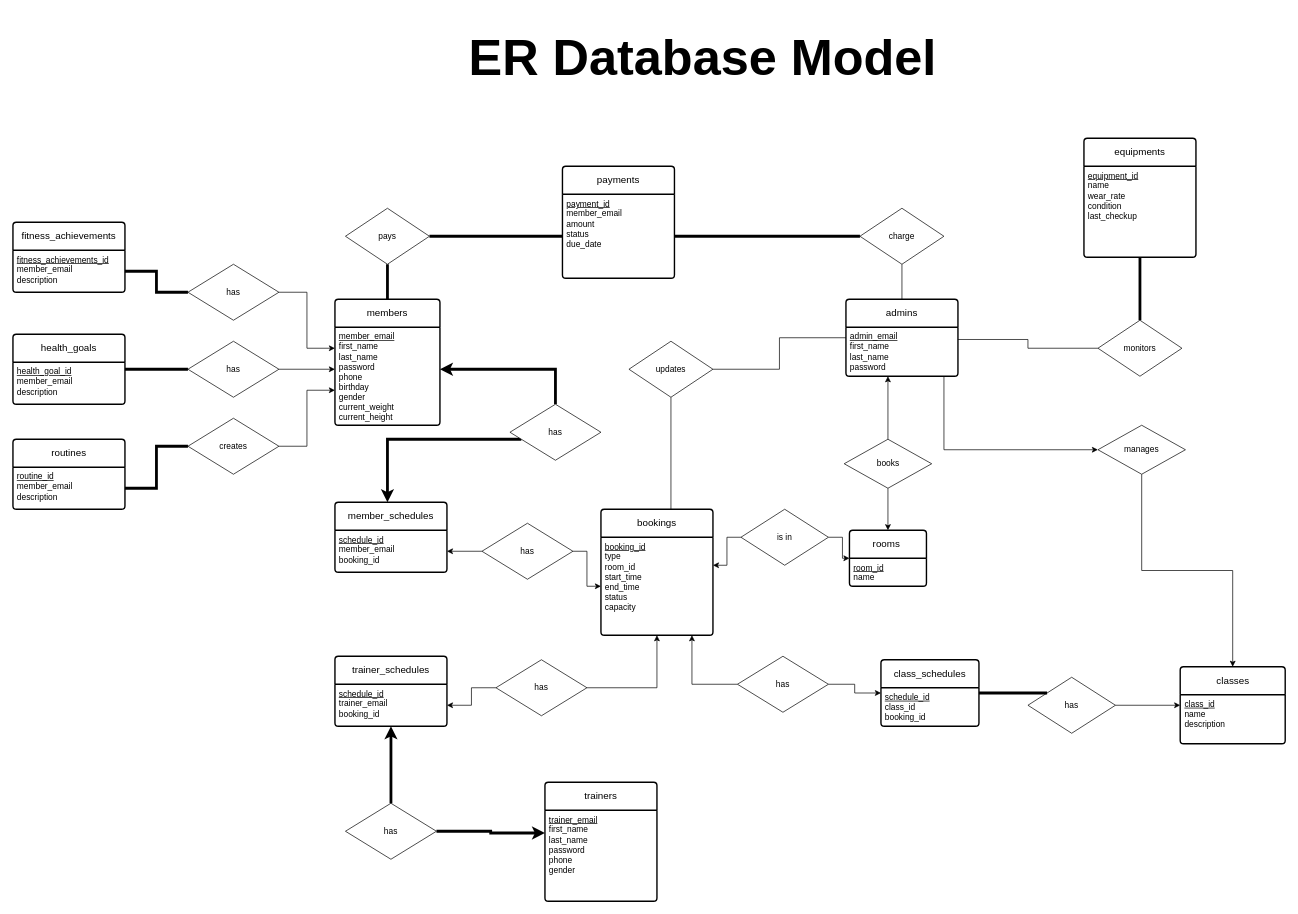
HamzaAlsarakbi/comp3005-project keeps this draw.io diagram as page "uml" (1 of 2) of docs/database/ER_MODEL.drawio. Above is the earlier version. Source tidied: cells renumbered, new cells numbered last; positions are measured from the earlier drawing's top-left corner, leaving out a move shared by most shapes. Both pictures are drawn from the tidied source at 70%, with x=0, y=0 at pixel (13, 12).
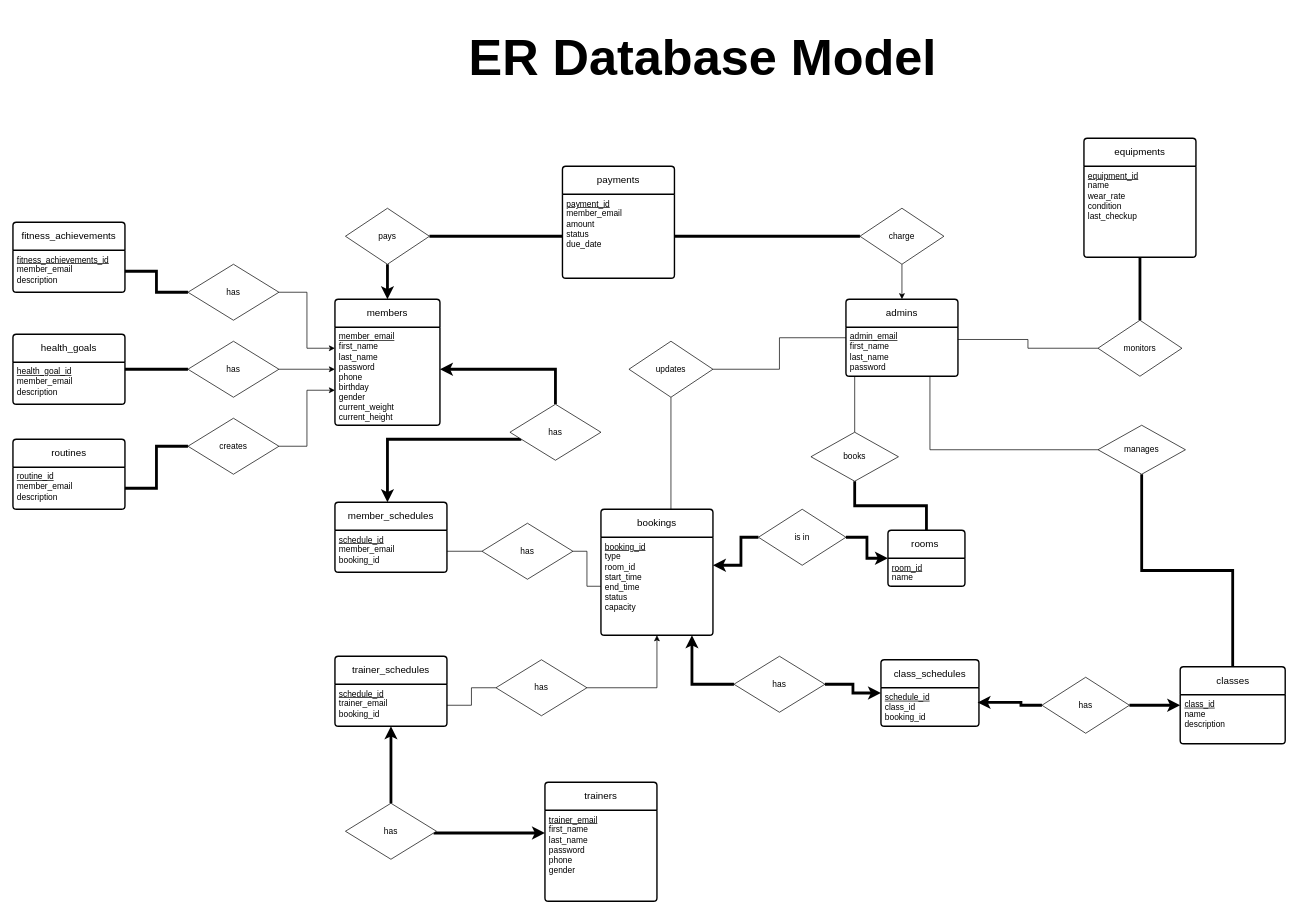
The same page after the edit.

Commit message:
Updated cardinality on diagram

Unchanged cells that the change refers to:
```xml
<mxCell id="3" value="members" style="swimlane;horizontal=1;startSize=40;rounded=1;fontSize=14;fontStyle=0;strokeWidth=2;shadow=0;dashed=0;align=center;arcSize=4;whiteSpace=wrap;html=1;" parent="1" vertex="1">
  <mxGeometry x="460" y="410" width="150" height="180" as="geometry" />
</mxCell>
<mxCell id="8" value="&lt;div&gt;&lt;div&gt;&lt;u&gt;trainer_email&lt;/u&gt;&lt;/div&gt;&lt;div&gt;first_name&lt;/div&gt;&lt;div&gt;last_name&lt;/div&gt;&lt;div&gt;password&lt;/div&gt;&lt;div&gt;phone&lt;/div&gt;&lt;div&gt;gender&lt;/div&gt;&lt;div&gt;&lt;br&gt;&lt;/div&gt;&lt;div&gt;&lt;br&gt;&lt;/div&gt;&lt;/div&gt;" style="align=left;strokeColor=none;fillColor=none;spacingLeft=4;fontSize=12;verticalAlign=top;html=1;" parent="7" vertex="1">
  <mxGeometry y="40" width="160" height="130" as="geometry" />
</mxCell>
<mxCell id="9" value="admins" style="swimlane;horizontal=1;startSize=40;rounded=1;fontSize=14;fontStyle=0;strokeWidth=2;shadow=0;dashed=0;align=center;arcSize=4;whiteSpace=wrap;html=1;" parent="1" vertex="1">
  <mxGeometry x="1190" y="410" width="160" height="110" as="geometry" />
</mxCell>
<mxCell id="10" value="&lt;u&gt;admin_email&lt;/u&gt;&lt;br&gt;&lt;div&gt;&lt;div&gt;first_name&lt;/div&gt;&lt;div&gt;last_name&lt;/div&gt;&lt;div&gt;password&lt;/div&gt;&lt;div&gt;&lt;br&gt;&lt;/div&gt;&lt;div&gt;&lt;br&gt;&lt;/div&gt;&lt;div&gt;&lt;br&gt;&lt;/div&gt;&lt;div&gt;&lt;br&gt;&lt;/div&gt;&lt;/div&gt;" style="align=left;strokeColor=none;fillColor=none;spacingLeft=4;fontSize=12;verticalAlign=top;html=1;" parent="9" vertex="1">
  <mxGeometry y="40" width="160" height="70" as="geometry" />
</mxCell>
<mxCell id="15" value="&lt;u&gt;schedule_id&lt;/u&gt;&lt;div&gt;member_email&lt;br&gt;&lt;div&gt;booking_id&lt;/div&gt;&lt;div&gt;&lt;u&gt;&lt;br&gt;&lt;/u&gt;&lt;/div&gt;&lt;div&gt;&lt;u&gt;&lt;br&gt;&lt;/u&gt;&lt;/div&gt;&lt;/div&gt;" style="align=left;strokeColor=none;fillColor=none;spacingLeft=4;fontSize=12;verticalAlign=top;html=1;" parent="14" vertex="1">
  <mxGeometry y="40" width="160" height="60" as="geometry" />
</mxCell>
<mxCell id="17" value="classes" style="swimlane;horizontal=1;startSize=40;rounded=1;fontSize=14;fontStyle=0;strokeWidth=2;shadow=0;dashed=0;align=center;arcSize=4;whiteSpace=wrap;html=1;" parent="1" vertex="1">
  <mxGeometry x="1667.5" y="935" width="150" height="110" as="geometry" />
</mxCell>
<mxCell id="29" value="&lt;u&gt;schedule_id&lt;/u&gt;&lt;div&gt;trainer_email&lt;/div&gt;&lt;div&gt;booking_id&lt;/div&gt;" style="align=left;strokeColor=none;fillColor=none;spacingLeft=4;fontSize=12;verticalAlign=top;html=1;" parent="28" vertex="1">
  <mxGeometry y="40" width="160" height="60" as="geometry" />
</mxCell>
<mxCell id="32" value="pays" style="rhombus;whiteSpace=wrap;html=1;" parent="1" vertex="1">
  <mxGeometry x="475" y="280" width="120" height="80" as="geometry" />
</mxCell>
<mxCell id="34" value="charge" style="rhombus;whiteSpace=wrap;html=1;" parent="1" vertex="1">
  <mxGeometry x="1210" y="280" width="120" height="80" as="geometry" />
</mxCell>
<mxCell id="40" value="manages" style="rhombus;whiteSpace=wrap;html=1;" parent="1" vertex="1">
  <mxGeometry x="1550" y="590" width="125" height="70" as="geometry" />
</mxCell>
<mxCell id="45" value="has" style="rhombus;whiteSpace=wrap;html=1;" parent="1" vertex="1">
  <mxGeometry x="475" y="1130" width="130" height="80" as="geometry" />
</mxCell>
<mxCell id="65" value="bookings" style="swimlane;horizontal=1;startSize=40;rounded=1;fontSize=14;fontStyle=0;strokeWidth=2;shadow=0;dashed=0;align=center;arcSize=4;whiteSpace=wrap;html=1;" parent="1" vertex="1">
  <mxGeometry x="840" y="710" width="160" height="180" as="geometry" />
</mxCell>
<mxCell id="66" value="&lt;div&gt;&lt;u&gt;booking_id&lt;/u&gt;&lt;/div&gt;&lt;div&gt;type&lt;/div&gt;&lt;div&gt;room_id&lt;/div&gt;&lt;div&gt;start_time&lt;/div&gt;&lt;div&gt;end_time&lt;/div&gt;&lt;div&gt;&lt;span style=&quot;background-color: initial;&quot;&gt;status&lt;/span&gt;&lt;/div&gt;&lt;div&gt;capacity&lt;/div&gt;" style="align=left;strokeColor=none;fillColor=none;spacingLeft=4;fontSize=12;verticalAlign=top;html=1;" parent="65" vertex="1">
  <mxGeometry y="40" width="160" height="140" as="geometry" />
</mxCell>
<mxCell id="70" value="has" style="rhombus;whiteSpace=wrap;html=1;" parent="1" vertex="1">
  <mxGeometry x="690" y="925" width="130" height="80" as="geometry" />
</mxCell>
<mxCell id="73" value="has" style="rhombus;whiteSpace=wrap;html=1;" parent="1" vertex="1">
  <mxGeometry x="670" y="730" width="130" height="80" as="geometry" />
</mxCell>
<mxCell id="77" value="class_schedules" style="swimlane;horizontal=1;startSize=40;rounded=1;fontSize=14;fontStyle=0;strokeWidth=2;shadow=0;dashed=0;align=center;arcSize=4;whiteSpace=wrap;html=1;" parent="1" vertex="1">
  <mxGeometry x="1240" y="925" width="140" height="95" as="geometry" />
</mxCell>
<mxCell id="78" value="&lt;u&gt;schedule_id&lt;/u&gt;&lt;div&gt;class_id&lt;/div&gt;&lt;div&gt;booking_id&lt;/div&gt;" style="align=left;strokeColor=none;fillColor=none;spacingLeft=4;fontSize=12;verticalAlign=top;html=1;" parent="77" vertex="1">
  <mxGeometry y="40" width="140" height="55" as="geometry" />
</mxCell>
```

What changed in the source:
```diff
@@
-    <mxCell id="2" style="edgeStyle=orthogonalEdgeStyle;rounded=0;jettySize=auto;html=1;exitX=0.5;exitY=0;exitDx=0;exitDy=0;entryX=0.5;entryY=1;entryDx=0;entryDy=0;endArrow=none;endFill=0;strokeWidth=4;" parent="1" edge="1" source="3" target="32">
-      <mxGeometry relative="1" as="geometry" />
-    </mxCell>
@@
     <mxCell id="30" value="has" style="rhombus;whiteSpace=wrap;html=1;" parent="1" vertex="1">
-      <mxGeometry x="1450" y="950" width="125" height="80" as="geometry" />
+      <mxGeometry x="1470" y="950" width="125" height="80" as="geometry" />
     </mxCell>
@@
+    <mxCell id="89" style="edgeStyle=orthogonalEdgeStyle;rounded=0;jettySize=auto;html=1;entryX=0.5;entryY=0;entryDx=0;entryDy=0;strokeWidth=4;" parent="1" edge="1" source="32" target="3">
+      <mxGeometry relative="1" as="geometry" />
+    </mxCell>
@@
-    <mxCell id="33" style="edgeStyle=orthogonalEdgeStyle;rounded=0;jettySize=auto;html=1;entryX=0.5;entryY=0;entryDx=0;entryDy=0;strokeWidth=1;endArrow=none;endFill=0;exitX=0.5;exitY=1;exitDx=0;exitDy=0;" parent="1" edge="1" source="34" target="9">
+    <mxCell id="33" style="edgeStyle=orthogonalEdgeStyle;rounded=0;jettySize=auto;html=1;entryX=0.5;entryY=0;entryDx=0;entryDy=0;" parent="1" edge="1" source="34" target="9">
       <mxGeometry relative="1" as="geometry" />
     </mxCell>
@@
-    <mxCell id="39" style="edgeStyle=orthogonalEdgeStyle;rounded=0;jettySize=auto;html=1;entryX=0.5;entryY=0;entryDx=0;entryDy=0;" parent="1" edge="1" source="40" target="17">
+    <mxCell id="39" style="edgeStyle=orthogonalEdgeStyle;rounded=0;jettySize=auto;html=1;entryX=0.5;entryY=0;entryDx=0;entryDy=0;endArrow=none;endFill=0;strokeWidth=4;" parent="1" edge="1" source="40" target="17">
       <mxGeometry relative="1" as="geometry" />
     </mxCell>
+    <mxCell id="90" style="edgeStyle=orthogonalEdgeStyle;rounded=0;jettySize=auto;html=1;entryX=0.75;entryY=1;entryDx=0;entryDy=0;endArrow=none;endFill=0;" parent="1" edge="1" source="40" target="10">
+      <mxGeometry relative="1" as="geometry" />
+    </mxCell>
@@
-    <mxCell id="41" style="edgeStyle=orthogonalEdgeStyle;rounded=0;jettySize=auto;html=1;entryX=0;entryY=0.5;entryDx=0;entryDy=0;" parent="1" edge="1" source="9" target="40">
-      <mxGeometry relative="1" as="geometry">
-        <Array as="points">
-          <mxPoint x="1330" y="625" />
-        </Array>
-      </mxGeometry>
-    </mxCell>
-    <mxCell id="42" style="edgeStyle=orthogonalEdgeStyle;rounded=0;jettySize=auto;html=1;strokeWidth=4;endArrow=none;endFill=0;" parent="1" edge="1" source="77" target="30">
-      <mxGeometry relative="1" as="geometry">
-        <Array as="points">
-          <mxPoint x="1260" y="990" />
-        </Array>
-      </mxGeometry>
-    </mxCell>
-    <mxCell id="43" style="edgeStyle=orthogonalEdgeStyle;rounded=0;jettySize=auto;html=1;exitX=1;exitY=0.5;exitDx=0;exitDy=0;" parent="1" edge="1" source="30" target="17">
+    <mxCell id="43" style="edgeStyle=orthogonalEdgeStyle;rounded=0;jettySize=auto;html=1;exitX=1;exitY=0.5;exitDx=0;exitDy=0;strokeWidth=4;" parent="1" edge="1" source="30" target="17">
       <mxGeometry relative="1" as="geometry" />
     </mxCell>
     <mxCell id="44" style="edgeStyle=orthogonalEdgeStyle;rounded=0;jettySize=auto;html=1;entryX=0;entryY=0.25;entryDx=0;entryDy=0;strokeWidth=4;" parent="1" edge="1" source="45" target="8">
-      <mxGeometry relative="1" as="geometry" />
+      <mxGeometry relative="1" as="geometry">
+        <Array as="points">
+          <mxPoint x="683" y="1173" />
+        </Array>
+      </mxGeometry>
     </mxCell>
@@
     <mxCell id="59" value="rooms&amp;nbsp;" style="swimlane;horizontal=1;startSize=40;rounded=1;fontSize=14;fontStyle=0;strokeWidth=2;shadow=0;dashed=0;align=center;arcSize=4;whiteSpace=wrap;html=1;" parent="1" vertex="1">
-      <mxGeometry x="1195" y="740" width="110" height="80" as="geometry" />
+      <mxGeometry x="1250" y="740" width="110" height="80" as="geometry" />
     </mxCell>
@@
-    <mxCell id="62" style="edgeStyle=orthogonalEdgeStyle;rounded=0;jettySize=auto;html=1;" parent="1" edge="1" source="64" target="9">
+    <mxCell id="62" style="edgeStyle=orthogonalEdgeStyle;rounded=0;jettySize=auto;html=1;endArrow=none;endFill=0;" parent="1" edge="1" source="64" target="9">
       <mxGeometry relative="1" as="geometry">
         <Array as="points">
           <mxPoint x="1240" y="630" />
         </Array>
       </mxGeometry>
     </mxCell>
-    <mxCell id="63" style="edgeStyle=orthogonalEdgeStyle;rounded=0;jettySize=auto;html=1;" parent="1" edge="1" source="64" target="59">
+    <mxCell id="63" style="edgeStyle=orthogonalEdgeStyle;rounded=0;jettySize=auto;html=1;endArrow=none;endFill=0;strokeWidth=4;" parent="1" edge="1" source="64" target="59">
       <mxGeometry relative="1" as="geometry" />
     </mxCell>
     <mxCell id="64" value="books" style="rhombus;whiteSpace=wrap;html=1;" parent="1" vertex="1">
-      <mxGeometry x="1187.5" y="610" width="125" height="70" as="geometry" />
+      <mxGeometry x="1140" y="600" width="125" height="70" as="geometry" />
     </mxCell>
@@
-    <mxCell id="68" style="edgeStyle=orthogonalEdgeStyle;rounded=0;jettySize=auto;html=1;" parent="1" edge="1" source="70" target="65">
+    <mxCell id="68" style="edgeStyle=orthogonalEdgeStyle;rounded=0;jettySize=auto;html=1;strokeWidth=1;" parent="1" edge="1" source="70" target="65">
       <mxGeometry relative="1" as="geometry" />
     </mxCell>
-    <mxCell id="69" style="edgeStyle=orthogonalEdgeStyle;rounded=0;jettySize=auto;html=1;entryX=1;entryY=0.5;entryDx=0;entryDy=0;" parent="1" edge="1" source="70" target="29">
+    <mxCell id="69" style="edgeStyle=orthogonalEdgeStyle;rounded=0;jettySize=auto;html=1;entryX=1;entryY=0.5;entryDx=0;entryDy=0;endArrow=none;endFill=0;" parent="1" edge="1" source="70" target="29">
       <mxGeometry relative="1" as="geometry" />
     </mxCell>
@@
-    <mxCell id="71" style="edgeStyle=orthogonalEdgeStyle;rounded=0;jettySize=auto;html=1;" parent="1" edge="1" source="73" target="15">
+    <mxCell id="71" style="edgeStyle=orthogonalEdgeStyle;rounded=0;jettySize=auto;html=1;endArrow=none;endFill=0;" parent="1" edge="1" source="73" target="15">
       <mxGeometry relative="1" as="geometry" />
     </mxCell>
-    <mxCell id="72" style="edgeStyle=orthogonalEdgeStyle;rounded=0;jettySize=auto;html=1;" parent="1" edge="1" source="73" target="66">
+    <mxCell id="72" style="edgeStyle=orthogonalEdgeStyle;rounded=0;jettySize=auto;html=1;endArrow=none;endFill=0;" parent="1" edge="1" source="73" target="66">
       <mxGeometry relative="1" as="geometry" />
     </mxCell>
@@
-    <mxCell id="74" style="edgeStyle=orthogonalEdgeStyle;rounded=0;jettySize=auto;html=1;" parent="1" edge="1" source="76" target="66">
+    <mxCell id="74" style="edgeStyle=orthogonalEdgeStyle;rounded=0;jettySize=auto;html=1;strokeWidth=4;" parent="1" edge="1" source="76" target="66">
       <mxGeometry relative="1" as="geometry">
         <Array as="points">
-          <mxPoint x="1020" y="750" />
-          <mxPoint x="1020" y="790" />
+          <mxPoint x="1040" y="750" />
+          <mxPoint x="1040" y="790" />
         </Array>
       </mxGeometry>
     </mxCell>
-    <mxCell id="75" style="edgeStyle=orthogonalEdgeStyle;rounded=0;jettySize=auto;html=1;" parent="1" edge="1" source="76" target="59">
+    <mxCell id="75" style="edgeStyle=orthogonalEdgeStyle;rounded=0;jettySize=auto;html=1;strokeWidth=4;" parent="1" edge="1" source="76" target="59">
       <mxGeometry relative="1" as="geometry" />
     </mxCell>
     <mxCell id="76" value="is in" style="rhombus;whiteSpace=wrap;html=1;" parent="1" vertex="1">
-      <mxGeometry x="1040" y="710" width="125" height="80" as="geometry" />
+      <mxGeometry x="1065" y="710" width="125" height="80" as="geometry" />
     </mxCell>
@@
-    <mxCell id="79" style="edgeStyle=orthogonalEdgeStyle;rounded=0;jettySize=auto;html=1;" parent="1" edge="1" source="81" target="77">
+    <mxCell id="79" style="edgeStyle=orthogonalEdgeStyle;rounded=0;jettySize=auto;html=1;strokeWidth=4;" parent="1" edge="1" source="81" target="77">
       <mxGeometry relative="1" as="geometry" />
     </mxCell>
-    <mxCell id="80" style="edgeStyle=orthogonalEdgeStyle;rounded=0;jettySize=auto;html=1;" parent="1" edge="1" source="81" target="65">
+    <mxCell id="80" style="edgeStyle=orthogonalEdgeStyle;rounded=0;jettySize=auto;html=1;strokeWidth=4;" parent="1" edge="1" source="81" target="65">
       <mxGeometry relative="1" as="geometry">
         <Array as="points">
           <mxPoint x="970" y="960" />
         </Array>
       </mxGeometry>
     </mxCell>
     <mxCell id="81" value="has" style="rhombus;whiteSpace=wrap;html=1;" parent="1" vertex="1">
-      <mxGeometry x="1035" y="920" width="130" height="80" as="geometry" />
+      <mxGeometry x="1030" y="920" width="130" height="80" as="geometry" />
     </mxCell>
@@
+    <mxCell id="91" style="edgeStyle=orthogonalEdgeStyle;rounded=0;jettySize=auto;html=1;exitX=0;exitY=0.5;exitDx=0;exitDy=0;entryX=0.986;entryY=0.382;entryDx=0;entryDy=0;entryPerimeter=0;strokeWidth=4;" parent="1" edge="1" source="30" target="78">
+      <mxGeometry relative="1" as="geometry">
+        <Array as="points">
+          <mxPoint x="1440" y="990" />
+          <mxPoint x="1440" y="986" />
+        </Array>
+      </mxGeometry>
+    </mxCell>
```
